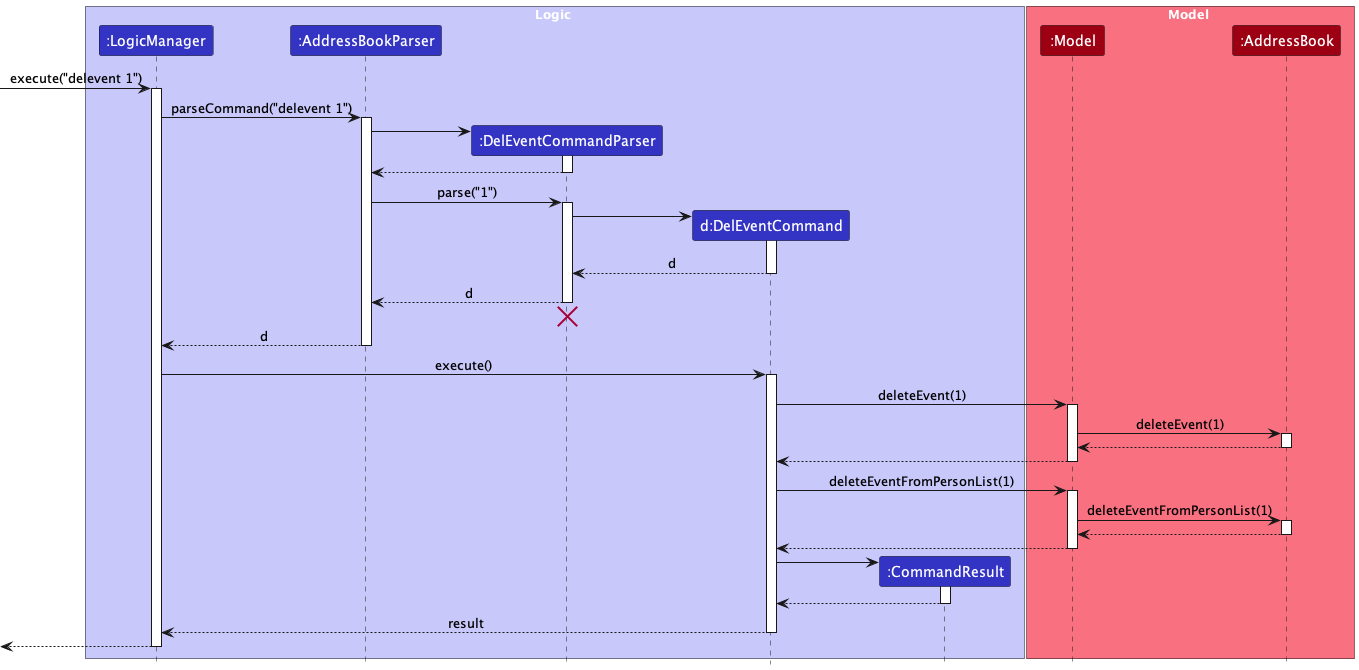
The PlantUML diagram docs/images/DelEventSequenceDiagram.png in nus-cs2103-AY2223S2/tp, before a commit.
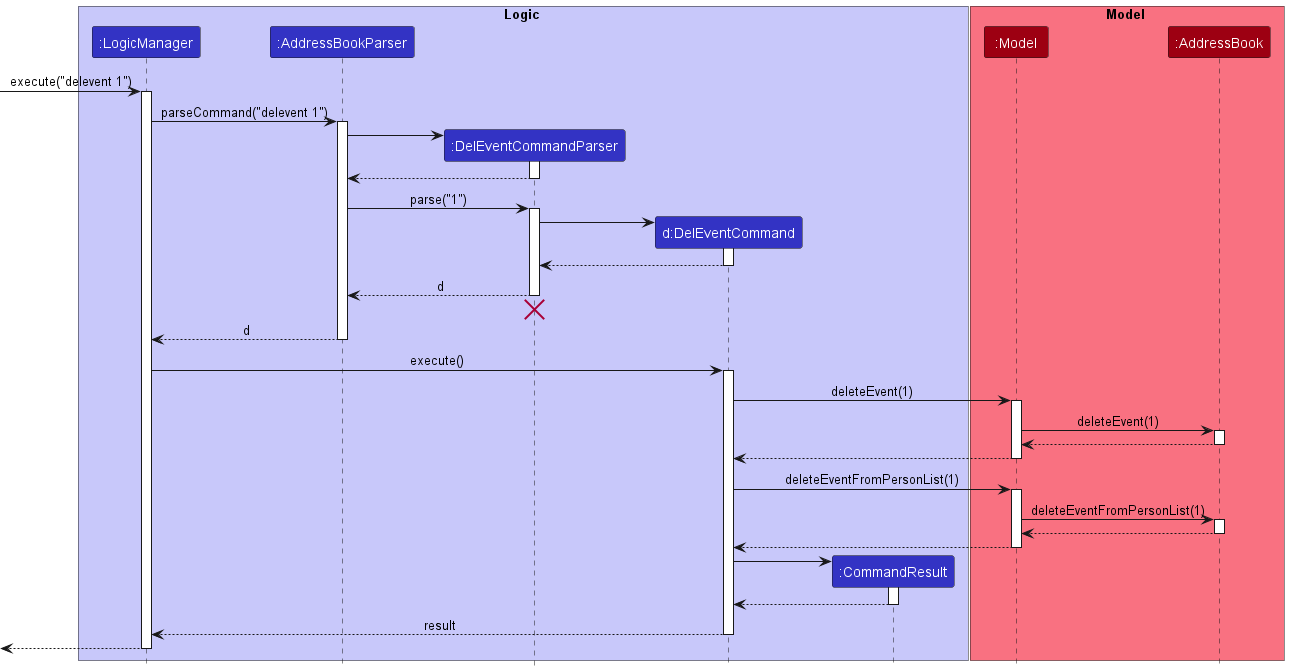
After the commit.

Commit message:
Remove return value d from DelEventSequenceDiagram

What changed in the source:
```diff
@@ -34,7 +34,7 @@
 DelEventCommandParser -> DelEventCommand
 activate DelEventCommand
 
-DelEventCommand --> DelEventCommandParser : d
+DelEventCommand --> DelEventCommandParser
 deactivate DelEventCommand
 
 DelEventCommandParser --> AddressBookParser : d
```
